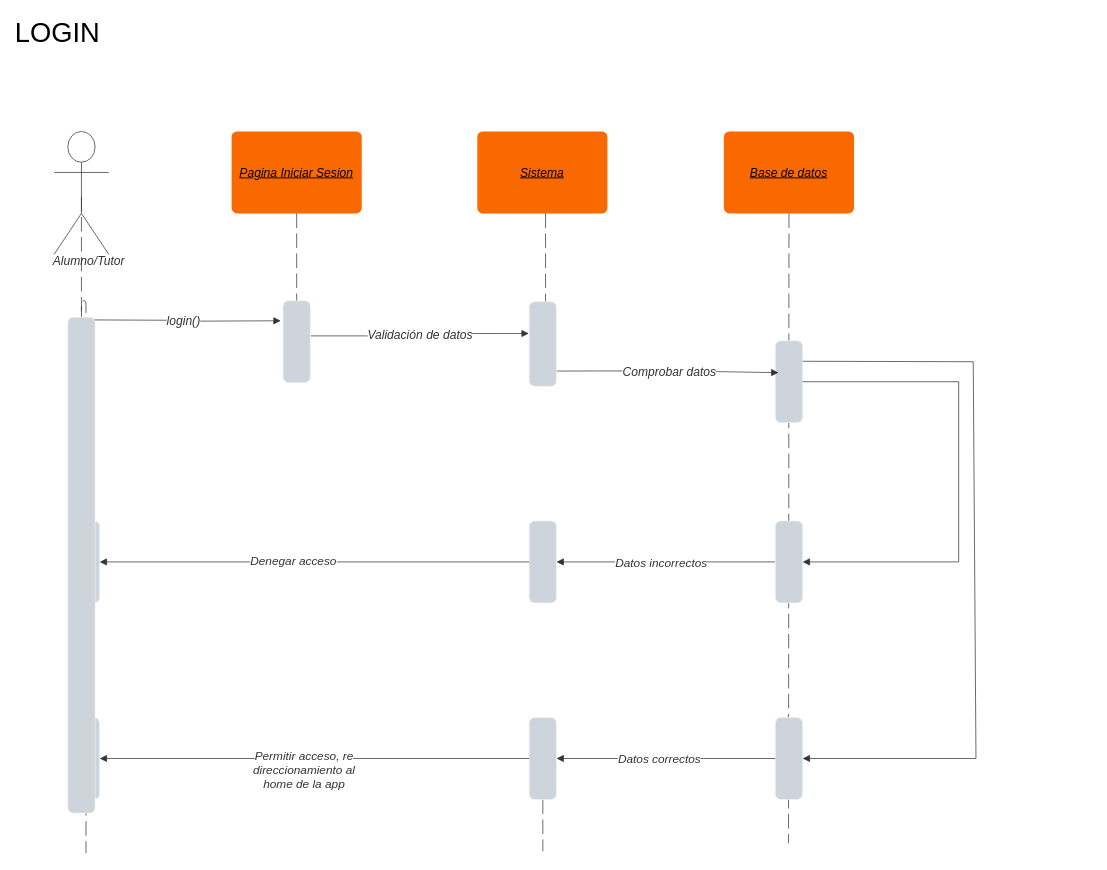
Earlier version of the draw.io diagram page "login" (1 of 12) of diagrama_secuencia.drawio (TP-SE1/TP_SOS-UC). Source tidied: cells renumbered, new cells numbered last; positions are measured from the earlier drawing's top-left corner, leaving out a move shared by most shapes. Both pictures are drawn from the tidied source at 91%, with x=0, y=0 at pixel (30, 18).
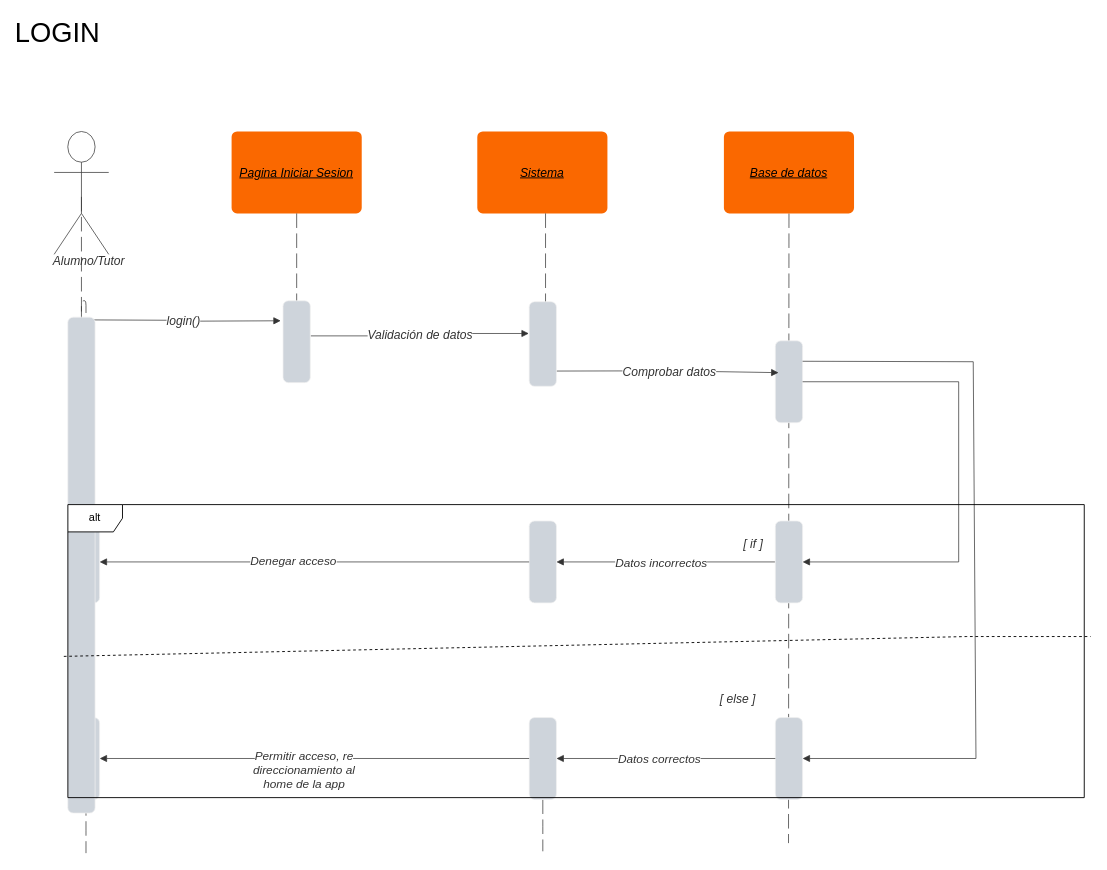
The same page after the edit.

The edit, as a diff of the source:
```diff
@@
+    <mxCell id="42" value="[ if ]" style="text;html=1;labelBackgroundColor=default;align=center;verticalAlign=middle;fontStyle=2;fontColor=#333333;fontSize=13.3;" parent="1" vertex="1">
+      <mxGeometry x="793.2" y="576" as="geometry" />
+    </mxCell>
+    <mxCell id="43" value="[ else ]" style="text;html=1;labelBackgroundColor=default;align=center;verticalAlign=middle;fontStyle=2;fontColor=#333333;fontSize=13.3;" parent="1" vertex="1">
+      <mxGeometry x="776" y="747" as="geometry" />
+    </mxCell>
+    <mxCell id="44" value="alt" style="shape=umlFrame;whiteSpace=wrap;html=1;" parent="1" vertex="1">
+      <mxGeometry x="41.1" y="534" width="1116.9" height="322" as="geometry" />
+    </mxCell>
+    <mxCell id="45" style="endArrow=none;dashed=1;html=1;rounded=0;exitX=-0.004;exitY=0.518;exitDx=0;exitDy=0;exitPerimeter=0;" parent="1" edge="1" source="44">
+      <mxGeometry relative="1" as="geometry">
+        <mxPoint x="1165" y="679" as="targetPoint" />
+        <Array as="points">
+          <mxPoint x="1029" y="679" />
+        </Array>
+      </mxGeometry>
+    </mxCell>
```
